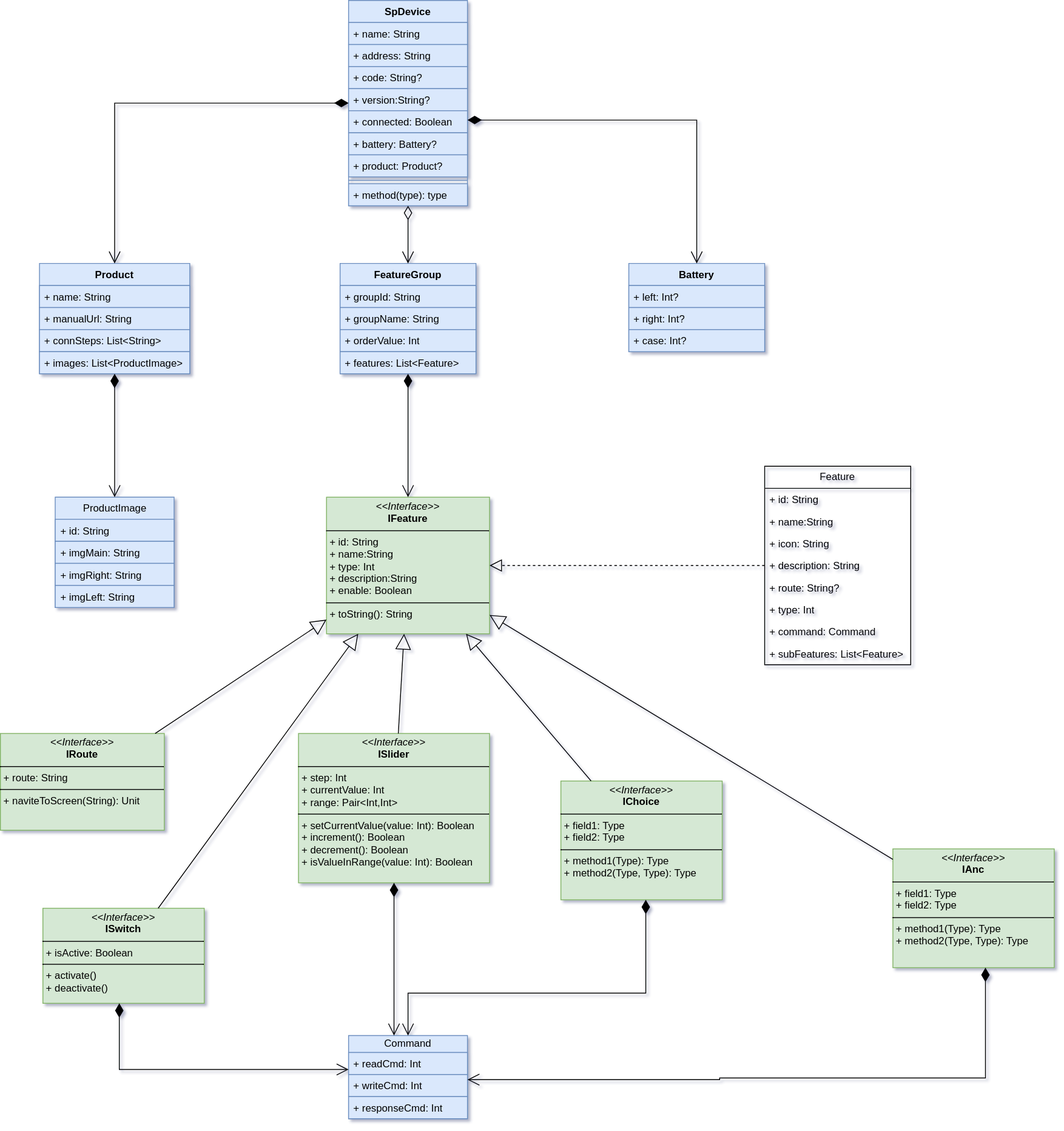
The draw.io diagram sp-device.drawio.svg in kekemao00/draw-libs, before a commit. Source tidied: cells renumbered, new cells last; positions are measured from the earlier drawing's top-left corner, leaving out a move shared by most shapes.
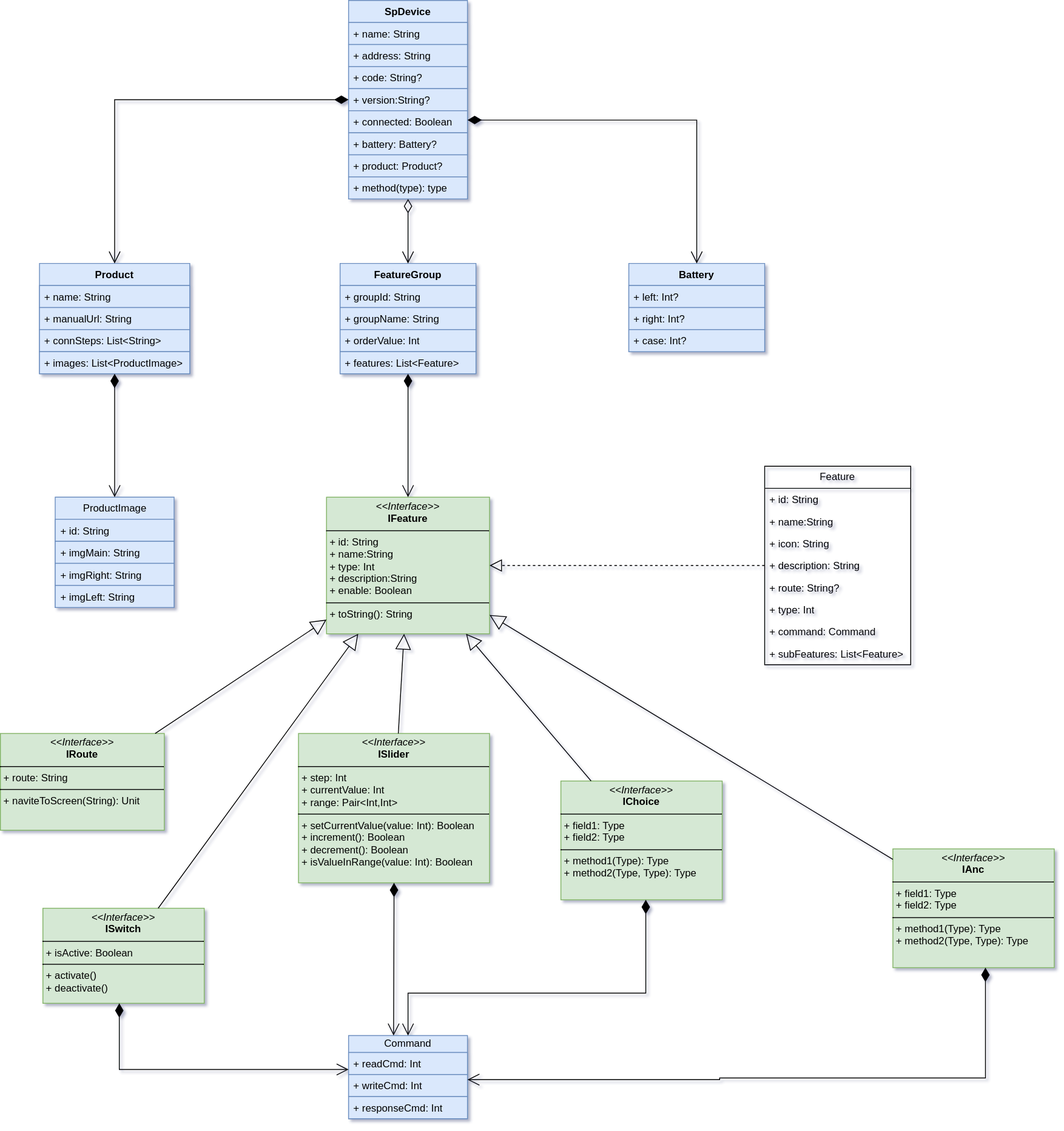
The same file after the commit.

The edit, as a diff of the source:
```diff
@@ -3,7 +3,7 @@
     <mxCell id="0" />
     <mxCell id="1" parent="0" />
     <mxCell id="2" value="SpDevice" style="swimlane;fontStyle=1;align=center;verticalAlign=top;horizontal=1;startSize=26;whiteSpace=wrap;html=1;labelBackgroundColor=none;rounded=0;fillColor=#dae8fc;strokeColor=#6c8ebf;" parent="1" vertex="1">
-      <mxGeometry x="410" width="140" height="242" as="geometry" />
+      <mxGeometry x="410" width="140" height="234" as="geometry" />
     </mxCell>
     <mxCell id="3" value="+ name: String" style="text;strokeColor=#6c8ebf;fillColor=#dae8fc;align=left;verticalAlign=top;spacingLeft=4;spacingRight=4;overflow=hidden;whiteSpace=wrap;html=1;labelBackgroundColor=none;rounded=0;" parent="2" vertex="1">
       <mxGeometry y="26" width="140" height="26" as="geometry" />
@@ -26,11 +26,8 @@
     <mxCell id="9" value="+ product: Product?" style="text;strokeColor=#6c8ebf;fillColor=#dae8fc;align=left;verticalAlign=top;spacingLeft=4;spacingRight=4;overflow=hidden;whiteSpace=wrap;html=1;labelBackgroundColor=none;rounded=0;" parent="2" vertex="1">
       <mxGeometry y="182" width="140" height="26" as="geometry" />
     </mxCell>
-    <mxCell id="10" style="line;strokeWidth=1;fillColor=#dae8fc;align=left;verticalAlign=middle;spacingTop=-1;spacingLeft=3;spacingRight=3;labelPosition=right;labelBackgroundColor=none;rounded=0;strokeColor=#6c8ebf;" parent="2" vertex="1">
-      <mxGeometry y="208" width="140" height="8" as="geometry" />
-    </mxCell>
     <mxCell id="11" value="+ method(type): type" style="text;strokeColor=#6c8ebf;fillColor=#dae8fc;align=left;verticalAlign=top;spacingLeft=4;spacingRight=4;overflow=hidden;whiteSpace=wrap;html=1;labelBackgroundColor=none;rounded=0;" parent="2" vertex="1">
-      <mxGeometry y="216" width="140" height="26" as="geometry" />
+      <mxGeometry y="208" width="140" height="26" as="geometry" />
     </mxCell>
     <mxCell id="12" value="Battery" style="swimlane;fontStyle=1;align=center;verticalAlign=top;horizontal=1;startSize=26;whiteSpace=wrap;html=1;labelBackgroundColor=none;rounded=0;fillColor=#dae8fc;strokeColor=#6c8ebf;" parent="1" vertex="1">
       <mxGeometry x="740" y="310" width="160" height="104" as="geometry" />
```
